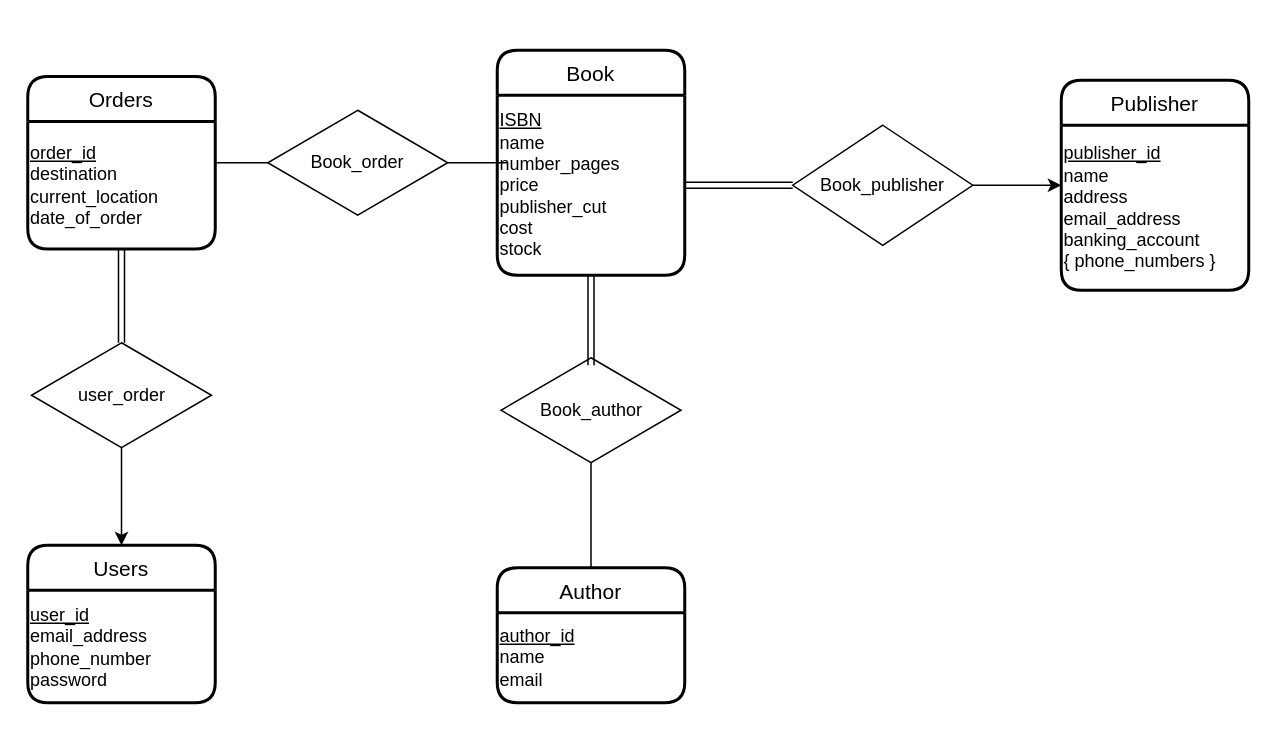
Earlier version of the draw.io diagram Diagrams/ERD.drawio (ianyau28/3005Lib). Source tidied: cells renumbered, new cells numbered last; positions are measured from the earlier drawing's top-left corner, leaving out a move shared by most shapes. Both pictures are drawn from the tidied source at 150%, with x=0, y=0 at pixel (27, 50).
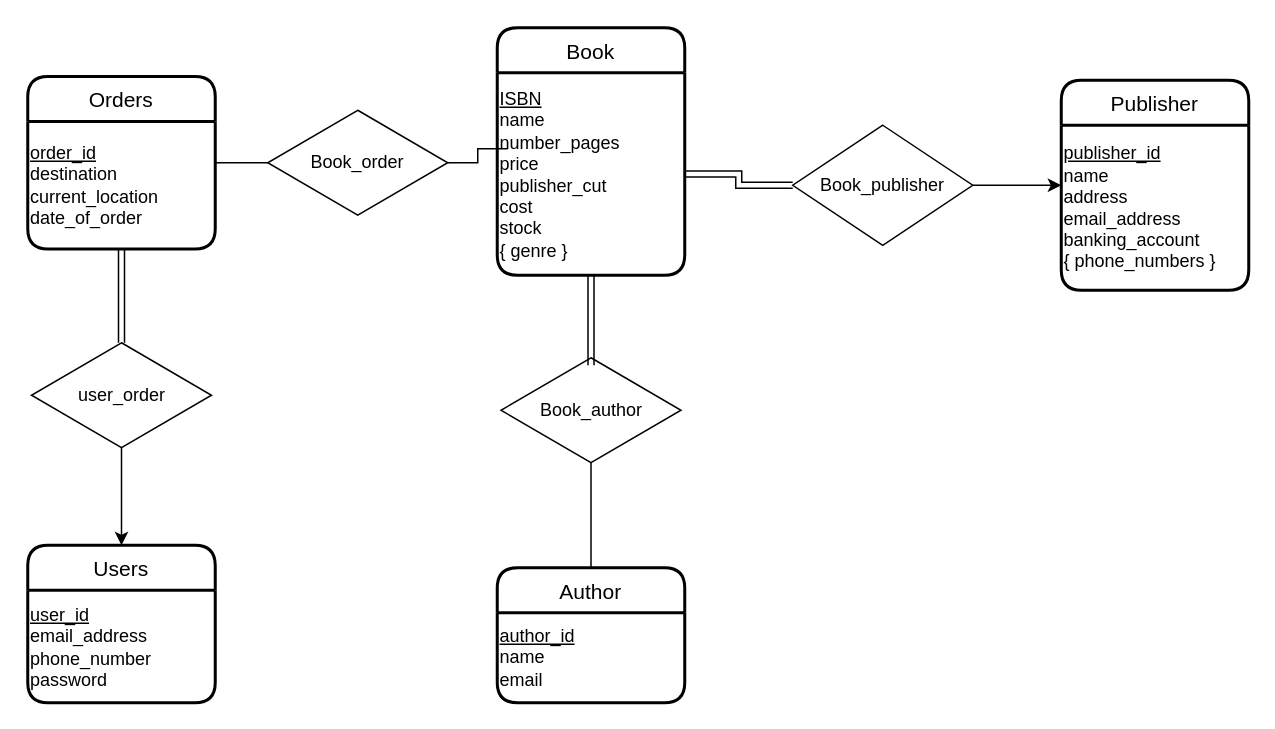
After the change.

The edit, as a diff of the source:
```diff
@@
     <mxCell id="2" value="Book" style="swimlane;horizontal=1;startSize=30;rounded=1;fontSize=14;fontStyle=0;strokeWidth=2;shadow=0;dashed=0;align=center;" parent="1" vertex="1">
-      <mxGeometry x="313" width="125" height="150" as="geometry" />
+      <mxGeometry x="313" y="-15" width="125" height="165" as="geometry" />
     </mxCell>
-    <mxCell id="3" value="&lt;blockquote style=&quot;margin: 0 0 0 40px ; border: none ; padding: 0px&quot;&gt;&lt;/blockquote&gt;&lt;u&gt;ISBN&lt;/u&gt;&lt;br&gt;&lt;blockquote style=&quot;margin: 0 0 0 40px ; border: none ; padding: 0px&quot;&gt;&lt;/blockquote&gt;&lt;span&gt;name&lt;/span&gt;&lt;br&gt;&lt;blockquote style=&quot;margin: 0 0 0 40px ; border: none ; padding: 0px&quot;&gt;&lt;/blockquote&gt;&lt;span&gt;number_pages&lt;/span&gt;&lt;br&gt;&lt;blockquote style=&quot;margin: 0 0 0 40px ; border: none ; padding: 0px&quot;&gt;&lt;/blockquote&gt;&lt;span&gt;price&lt;/span&gt;&lt;br&gt;&lt;blockquote style=&quot;margin: 0 0 0 40px ; border: none ; padding: 0px&quot;&gt;&lt;/blockquote&gt;&lt;span&gt;publisher_cut&lt;/span&gt;&lt;br&gt;&lt;blockquote style=&quot;margin: 0 0 0 40px ; border: none ; padding: 0px&quot;&gt;&lt;/blockquote&gt;&lt;span&gt;cost&lt;/span&gt;&lt;br&gt;&lt;span&gt;stock&lt;/span&gt;" style="text;html=1;align=left;verticalAlign=middle;points=[];strokeColor=none;fillColor=none;" parent="2" vertex="1">
-      <mxGeometry y="30" width="125" height="120" as="geometry" />
+    <mxCell id="3" value="&lt;blockquote style=&quot;margin: 0 0 0 40px ; border: none ; padding: 0px&quot;&gt;&lt;/blockquote&gt;&lt;u&gt;ISBN&lt;/u&gt;&lt;br&gt;&lt;blockquote style=&quot;margin: 0 0 0 40px ; border: none ; padding: 0px&quot;&gt;&lt;/blockquote&gt;&lt;span&gt;name&lt;/span&gt;&lt;br&gt;&lt;blockquote style=&quot;margin: 0 0 0 40px ; border: none ; padding: 0px&quot;&gt;&lt;/blockquote&gt;&lt;span&gt;number_pages&lt;/span&gt;&lt;br&gt;&lt;blockquote style=&quot;margin: 0 0 0 40px ; border: none ; padding: 0px&quot;&gt;&lt;/blockquote&gt;&lt;span&gt;price&lt;/span&gt;&lt;br&gt;&lt;blockquote style=&quot;margin: 0 0 0 40px ; border: none ; padding: 0px&quot;&gt;&lt;/blockquote&gt;&lt;span&gt;publisher_cut&lt;/span&gt;&lt;br&gt;&lt;blockquote style=&quot;margin: 0 0 0 40px ; border: none ; padding: 0px&quot;&gt;&lt;/blockquote&gt;&lt;span&gt;cost&lt;/span&gt;&lt;br&gt;&lt;span&gt;stock&lt;br&gt;{ genre }&lt;br&gt;&lt;/span&gt;" style="text;html=1;align=left;verticalAlign=middle;points=[];strokeColor=none;fillColor=none;" parent="2" vertex="1">
+      <mxGeometry y="30" width="125" height="135" as="geometry" />
     </mxCell>
```
